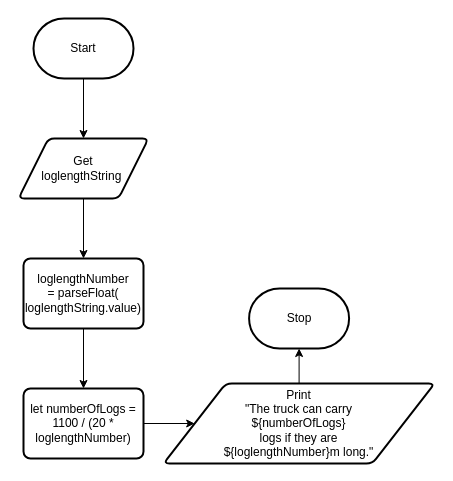
Above: Design/flowchart.drawio in Emmanuel-Fofeyin/ICS4U-Unit1-01-Typescript (draw.io), before the change. Source tidied: cells renumbered, new cells numbered last; positions are measured from the earlier drawing's top-left corner, leaving out a move shared by most shapes. Both pictures are drawn from the tidied source at 100%, with x=0, y=0 at pixel (18, 18).
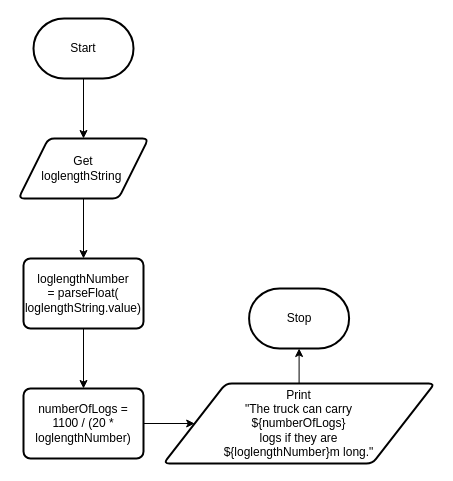
The same diagram, later.

Change to the diagram source:
```diff
@@
 <mxGraphModel>
   <root>
     <mxCell id="0" />
     <mxCell id="1" parent="0" />
     <mxCell id="2" style="edgeStyle=none;html=1;entryX=0.5;entryY=0;entryDx=0;entryDy=0;" parent="1" edge="1" source="3" target="5">
       <mxGeometry relative="1" as="geometry" />
     </mxCell>
     <mxCell id="3" value="Start" style="strokeWidth=2;html=1;shape=mxgraph.flowchart.terminator;whiteSpace=wrap;" parent="1" vertex="1">
       <mxGeometry x="15" width="100" height="60" as="geometry" />
     </mxCell>
     <mxCell id="4" style="edgeStyle=none;html=1;entryX=0.5;entryY=0;entryDx=0;entryDy=0;" parent="1" edge="1" source="5" target="7">
       <mxGeometry relative="1" as="geometry" />
     </mxCell>
     <mxCell id="5" value="Get&lt;br&gt;loglengthString&amp;nbsp;" style="shape=parallelogram;html=1;strokeWidth=2;perimeter=parallelogramPerimeter;whiteSpace=wrap;rounded=1;arcSize=12;size=0.23;" parent="1" vertex="1">
       <mxGeometry y="120" width="130" height="60" as="geometry" />
     </mxCell>
     <mxCell id="6" style="edgeStyle=none;html=1;entryX=0.5;entryY=0;entryDx=0;entryDy=0;" parent="1" edge="1" source="7" target="9">
       <mxGeometry relative="1" as="geometry" />
     </mxCell>
     <mxCell id="7" value="loglengthNumber &lt;br&gt;= parseFloat(&lt;br&gt;loglengthString.value)" style="rounded=1;whiteSpace=wrap;html=1;absoluteArcSize=1;arcSize=14;strokeWidth=2;" parent="1" vertex="1">
       <mxGeometry x="5" y="240" width="120" height="70" as="geometry" />
     </mxCell>
     <mxCell id="8" style="edgeStyle=none;html=1;entryX=0;entryY=0.5;entryDx=0;entryDy=0;" parent="1" edge="1" source="9" target="11">
       <mxGeometry relative="1" as="geometry" />
     </mxCell>
-    <mxCell id="9" value="let numberOfLogs = 1100 / (20 * loglengthNumber)" style="rounded=1;whiteSpace=wrap;html=1;absoluteArcSize=1;arcSize=14;strokeWidth=2;" parent="1" vertex="1">
+    <mxCell id="9" value="numberOfLogs = 1100 / (20 * loglengthNumber)" style="rounded=1;whiteSpace=wrap;html=1;absoluteArcSize=1;arcSize=14;strokeWidth=2;" parent="1" vertex="1">
       <mxGeometry x="5" y="370" width="120" height="70" as="geometry" />
     </mxCell>
     <mxCell id="10" style="edgeStyle=none;html=1;entryX=0.5;entryY=1;entryDx=0;entryDy=0;entryPerimeter=0;" parent="1" edge="1" source="11" target="12">
       <mxGeometry relative="1" as="geometry" />
     </mxCell>
     <mxCell id="11" value="Print&lt;br&gt;&quot;The truck can carry &lt;br&gt;${numberOfLogs} &lt;br&gt;logs if they are &lt;br&gt;${loglengthNumber}m long.&quot;" style="shape=parallelogram;html=1;strokeWidth=2;perimeter=parallelogramPerimeter;whiteSpace=wrap;rounded=1;arcSize=12;size=0.23;" parent="1" vertex="1">
       <mxGeometry x="145" y="365" width="271.2" height="80" as="geometry" />
     </mxCell>
     <mxCell id="12" value="Stop" style="strokeWidth=2;html=1;shape=mxgraph.flowchart.terminator;whiteSpace=wrap;" parent="1" vertex="1">
       <mxGeometry x="230.6" y="270" width="100" height="60" as="geometry" />
     </mxCell>
   </root>
 </mxGraphModel>
```
